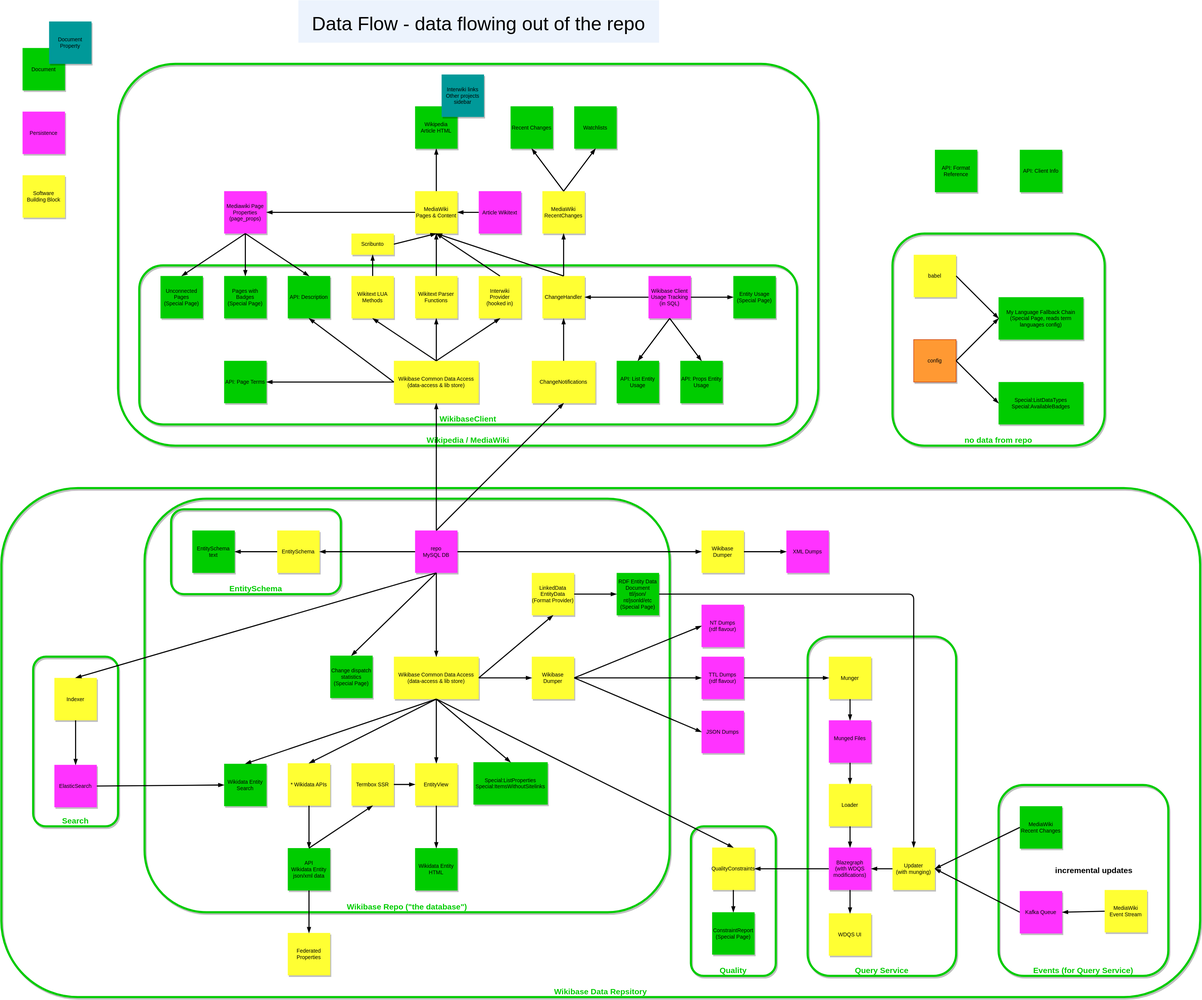
Above: diagrams/03-dataflow-out.drawio.svg in wmde/wikidata-wikibase-architecture (draw.io), before the change. Source tidied: cells renumbered, new cells last; positions are measured from the earlier drawing's top-left corner, leaving out a move shared by most shapes.
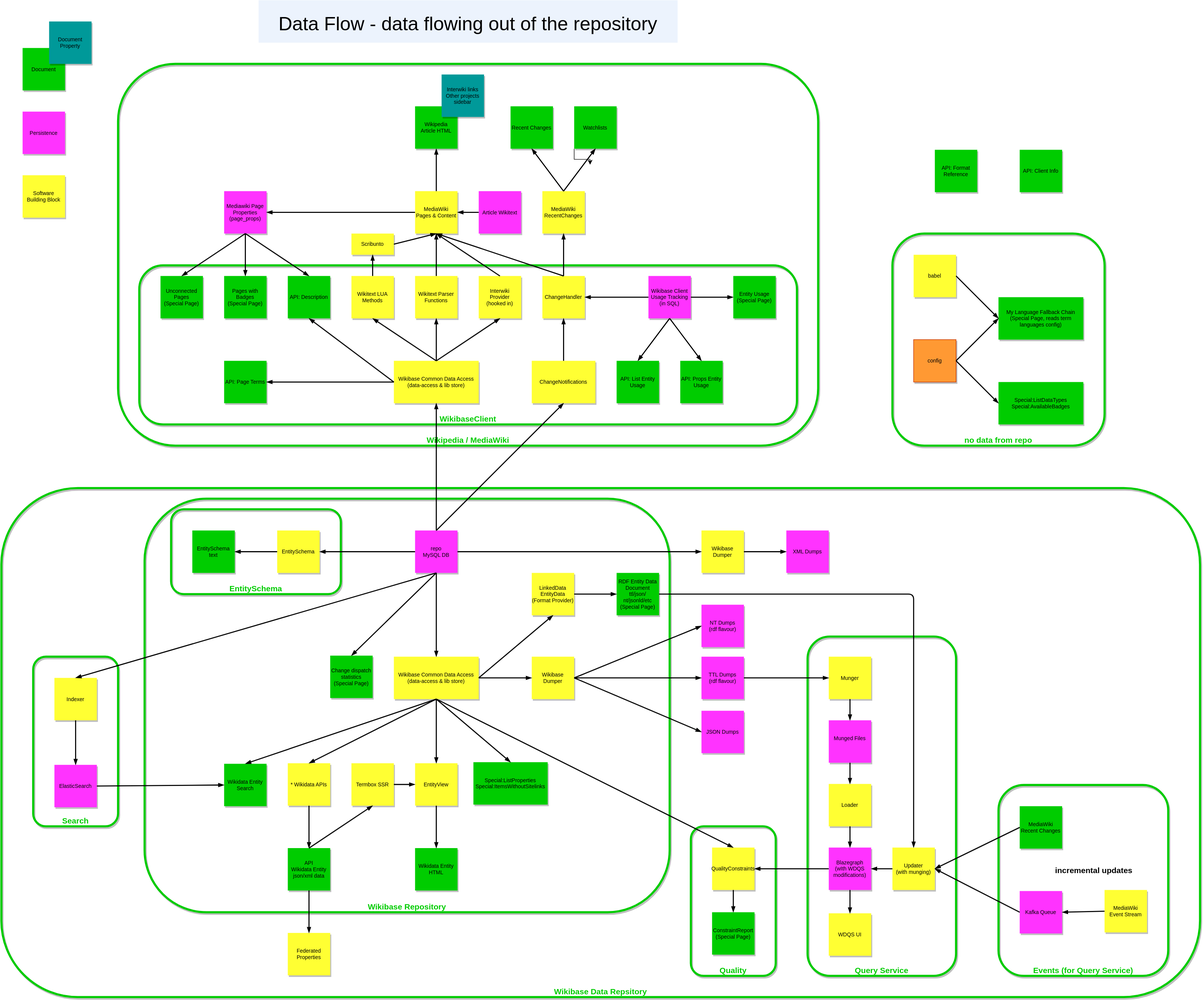
The same file after the commit.

The edit, as a diff of the source:
```diff
@@ -14,7 +14,7 @@
     <mxCell id="5" value="Events (for Query Service)" style="rounded=1;shadow=1;fontSize=15;fillColor=none;strokeColor=#00CC00;strokeWidth=4;fontColor=#00CC00;fontStyle=1;labelBorderColor=none;labelBackgroundColor=none;horizontal=1;verticalAlign=bottom;" parent="1" vertex="1">
       <mxGeometry x="1880" y="1480" width="320" height="360" as="geometry" />
     </mxCell>
-    <mxCell id="6" value="Wikibase Repo (&quot;the database&quot;)" style="rounded=1;shadow=1;fontSize=15;fillColor=none;strokeColor=#00CC00;strokeWidth=4;fontColor=#00CC00;fontStyle=1;labelBorderColor=none;labelBackgroundColor=none;horizontal=1;verticalAlign=bottom;" parent="1" vertex="1">
+    <mxCell id="6" value="Wikibase Repository" style="rounded=1;shadow=1;fontSize=15;fillColor=none;strokeColor=#00CC00;strokeWidth=4;fontColor=#00CC00;fontStyle=1;labelBorderColor=none;labelBackgroundColor=none;horizontal=1;verticalAlign=bottom;" parent="1" vertex="1">
       <mxGeometry x="270" y="940" width="990" height="780" as="geometry" />
     </mxCell>
     <mxCell id="7" value="Quality" style="rounded=1;shadow=1;fontSize=15;fillColor=none;strokeColor=#00CC00;strokeWidth=4;fontColor=#00CC00;fontStyle=1;labelBorderColor=none;labelBackgroundColor=none;horizontal=1;verticalAlign=bottom;" parent="1" vertex="1">
@@ -29,8 +29,8 @@
     <mxCell id="10" value="EntitySchema" style="rounded=1;shadow=1;fontSize=15;fillColor=none;strokeColor=#00CC00;strokeWidth=4;fontColor=#00CC00;fontStyle=1;labelBorderColor=none;labelBackgroundColor=none;horizontal=1;verticalAlign=bottom;" parent="1" vertex="1">
       <mxGeometry x="320" y="960" width="320" height="160" as="geometry" />
     </mxCell>
-    <mxCell id="11" value="Data Flow - data flowing out of the repo" style="rounded=0;fontSize=36;opacity=50;shadow=0;fillColor=#dae8fc;strokeColor=none;" parent="1" vertex="1">
-      <mxGeometry x="560" width="680" height="80" as="geometry" />
+    <mxCell id="11" value="Data Flow - data flowing out of the repository" style="rounded=0;fontSize=36;opacity=50;shadow=0;fillColor=#dae8fc;strokeColor=none;" parent="1" vertex="1">
+      <mxGeometry x="485" width="790" height="80" as="geometry" />
     </mxCell>
     <mxCell id="12" value="Persistence" style="rounded=0;shadow=1;fillColor=#FF33FF;fontSize=10;fontColor=#000000;strokeColor=none;" parent="1" vertex="1">
       <mxGeometry x="40" y="210" width="80" height="80" as="geometry" />
@@ -125,6 +125,11 @@
     <mxCell id="42" value="Recent Changes" style="rounded=0;shadow=1;fontSize=10;fontColor=#000000;strokeColor=none;direction=west;fillColor=#00CC00;" parent="1" vertex="1">
       <mxGeometry x="960" y="200" width="80" height="80" as="geometry" />
     </mxCell>
+    <mxCell id="150" style="edgeStyle=orthogonalEdgeStyle;rounded=0;jettySize=auto;html=1;exitX=1;exitY=0;exitDx=0;exitDy=0;" parent="1" edge="1" source="43">
+      <mxGeometry relative="1" as="geometry">
+        <mxPoint x="1110" y="310" as="targetPoint" />
+      </mxGeometry>
+    </mxCell>
     <mxCell id="43" value="Watchlists" style="rounded=0;shadow=1;fontSize=10;fontColor=#000000;strokeColor=none;direction=west;fillColor=#00CC00;" parent="1" vertex="1">
       <mxGeometry x="1080" y="200" width="80" height="80" as="geometry" />
     </mxCell>
```
